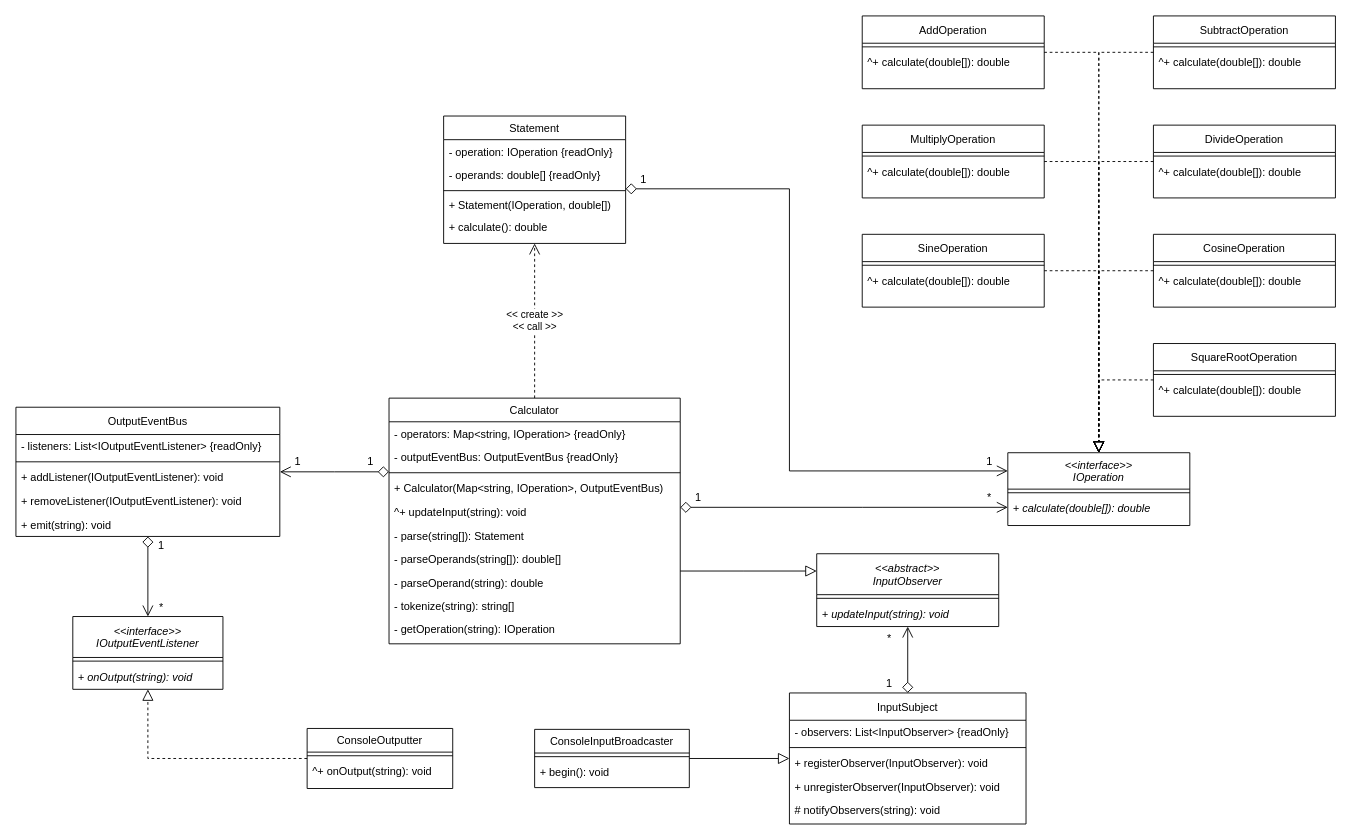
Above: Diagrams/Class Diagram.drawio in starikcetin/ctis417-project1-calculator (draw.io), before the change. Source tidied: cells renumbered, new cells numbered last; positions are measured from the earlier drawing's top-left corner, leaving out a move shared by most shapes. Both pictures are drawn from the tidied source at 91%, with x=0, y=0 at pixel (15, 15).
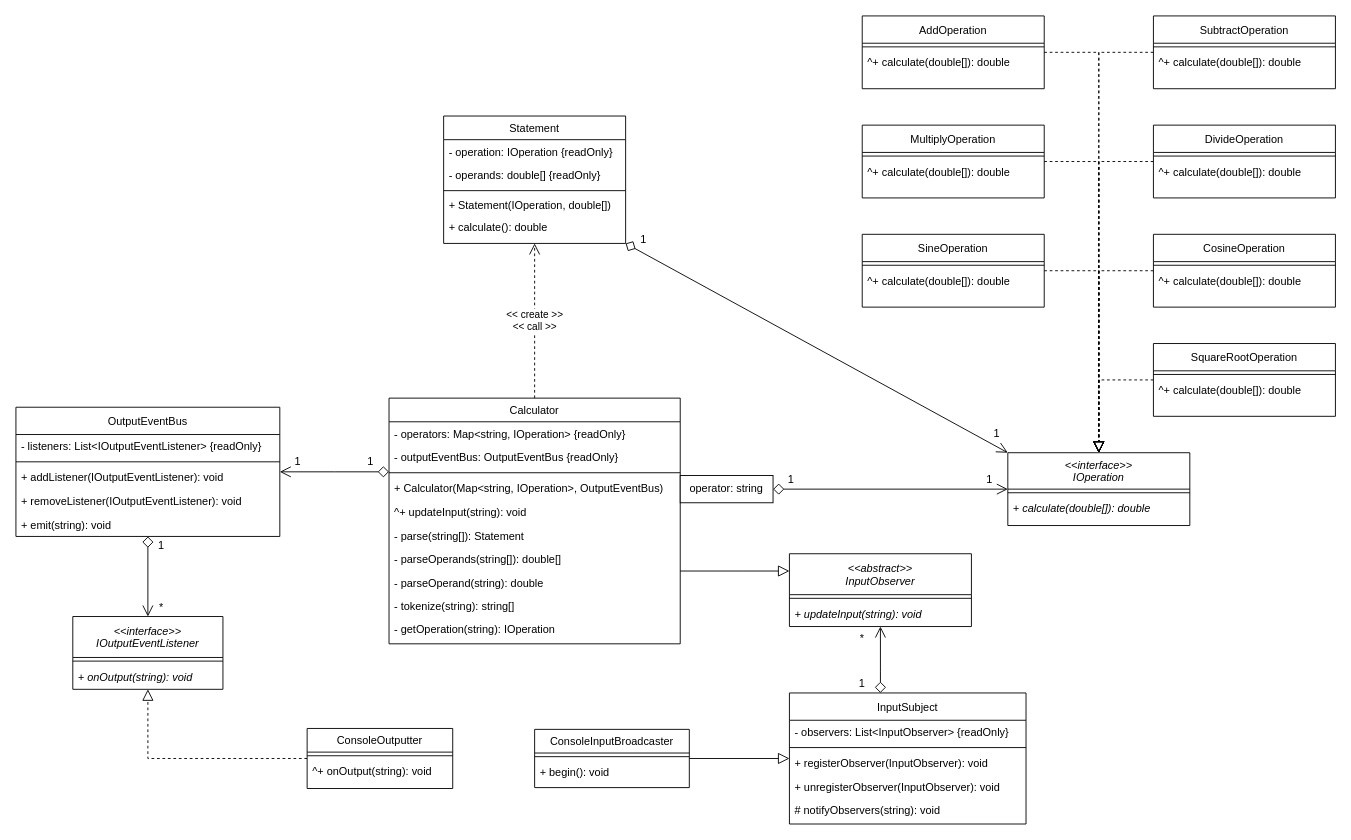
The same page after the edit.

Commit message (it also covers changes not shown here):
class diagram fix

converted the association between Calculator and IOperation to a qualified aggregation with the operator as the qualifier.

Unchanged cells that the change refers to:
```xml
<mxCell id="22" value="&lt;&lt;interface&gt;&gt;&#10;IOperation" style="swimlane;fontStyle=2;align=center;verticalAlign=middle;horizontal=1;startSize=40;rounded=0;shadow=0;strokeWidth=1;" parent="1" vertex="1">
  <mxGeometry x="1090" y="480" width="200" height="80" as="geometry" />
</mxCell>
<mxCell id="55" value="Calculator" style="swimlane;fontStyle=0;align=center;verticalAlign=middle;horizontal=1;startSize=26;rounded=0;shadow=0;strokeWidth=1;" parent="1" vertex="1">
  <mxGeometry x="410" y="420" width="320" height="270" as="geometry" />
</mxCell>
<mxCell id="66" value="InputSubject" style="swimlane;fontStyle=0;align=center;verticalAlign=middle;horizontal=1;startSize=30;rounded=0;shadow=0;strokeWidth=1;" parent="1" vertex="1">
  <mxGeometry x="850" y="744" width="260" height="144" as="geometry" />
</mxCell>
<mxCell id="87" value="Statement" style="swimlane;fontStyle=0;align=center;verticalAlign=middle;horizontal=1;startSize=26;rounded=0;shadow=0;strokeWidth=1;" parent="1" vertex="1">
  <mxGeometry x="470" y="110" width="200" height="140" as="geometry" />
</mxCell>
```

Diff of the diagram source:
```diff
@@
-    <mxCell id="2" style="edgeStyle=orthogonalEdgeStyle;rounded=0;jettySize=auto;html=1;endArrow=open;endFill=0;endSize=10;targetPerimeterSpacing=0;startArrow=diamond;startFill=0;startSize=10;verticalAlign=middle;" parent="1" edge="1" source="55" target="22">
-      <mxGeometry relative="1" as="geometry">
-        <Array as="points">
-          <mxPoint x="930" y="540" />
-          <mxPoint x="930" y="540" />
-        </Array>
-      </mxGeometry>
-    </mxCell>
@@
-    <mxCell id="11" style="edgeStyle=orthogonalEdgeStyle;rounded=0;jettySize=auto;html=1;startArrow=diamond;startFill=0;startSize=10;endArrow=open;endFill=0;endSize=10;targetPerimeterSpacing=0;verticalAlign=middle;" parent="1" edge="1" source="87" target="22">
-      <mxGeometry relative="1" as="geometry">
-        <Array as="points">
-          <mxPoint x="850" y="190" />
-          <mxPoint x="850" y="500" />
-        </Array>
-      </mxGeometry>
+    <mxCell id="11" style="rounded=0;jettySize=auto;html=1;startArrow=diamond;startFill=0;startSize=10;endArrow=open;endFill=0;endSize=10;targetPerimeterSpacing=0;verticalAlign=middle;entryX=0;entryY=0;entryDx=0;entryDy=0;exitX=1;exitY=1;exitDx=0;exitDy=0;" parent="1" edge="1" source="87" target="22">
+      <mxGeometry relative="1" as="geometry" />
     </mxCell>
@@
     <mxCell id="27" style="edgeStyle=orthogonalEdgeStyle;rounded=0;jettySize=auto;html=1;startArrow=diamond;startFill=0;startSize=10;endArrow=open;endFill=0;endSize=10;targetPerimeterSpacing=0;verticalAlign=middle;" parent="1" edge="1" source="66" target="42">
-      <mxGeometry relative="1" as="geometry" />
+      <mxGeometry relative="1" as="geometry">
+        <Array as="points">
+          <mxPoint x="950" y="720" />
+          <mxPoint x="950" y="720" />
+        </Array>
+      </mxGeometry>
     </mxCell>
@@
-    <mxCell id="42" value="&lt;&lt;abstract&gt;&gt;&#10;InputObserver" style="swimlane;fontStyle=2;align=center;verticalAlign=middle;horizontal=1;startSize=45;rounded=0;shadow=0;strokeWidth=1;" parent="1" vertex="1">
-      <mxGeometry x="880" y="591" width="200" height="80" as="geometry" />
-    </mxCell>
-    <mxCell id="43" style="line;html=1;strokeWidth=1;align=left;verticalAlign=middle;spacingTop=-1;spacingLeft=3;spacingRight=3;labelPosition=right;" parent="42" vertex="1">
-      <mxGeometry y="45" width="200" height="8" as="geometry" />
-    </mxCell>
-    <mxCell id="44" value="+ updateInput(string): void" style="text;align=left;verticalAlign=middle;spacingLeft=4;spacingRight=4;overflow=hidden;fontStyle=2;" parent="42" vertex="1">
-      <mxGeometry y="53" width="200" height="26" as="geometry" />
-    </mxCell>
-    <mxCell id="45" value="1" style="text;html=1;strokeColor=none;fillColor=none;align=center;verticalAlign=middle;whiteSpace=wrap;rounded=0;" parent="1" vertex="1">
-      <mxGeometry x="730" y="520" width="40" height="20" as="geometry" />
-    </mxCell>
-    <mxCell id="46" value="*" style="text;html=1;strokeColor=none;fillColor=none;align=center;verticalAlign=middle;whiteSpace=wrap;rounded=0;" parent="1" vertex="1">
-      <mxGeometry x="1050" y="520" width="40" height="20" as="geometry" />
-    </mxCell>
     <mxCell id="47" value="1" style="text;html=1;strokeColor=none;fillColor=none;align=center;verticalAlign=middle;whiteSpace=wrap;rounded=0;" parent="1" vertex="1">
-      <mxGeometry x="670" y="170" width="40" height="20" as="geometry" />
+      <mxGeometry x="670" y="236" width="40" height="20" as="geometry" />
     </mxCell>
     <mxCell id="48" value="1" style="text;html=1;strokeColor=none;fillColor=none;align=center;verticalAlign=middle;whiteSpace=wrap;rounded=0;" parent="1" vertex="1">
-      <mxGeometry x="1050" y="480" width="40" height="20" as="geometry" />
+      <mxGeometry x="1058" y="449" width="40" height="20" as="geometry" />
     </mxCell>
@@
     <mxCell id="53" value="1" style="text;html=1;strokeColor=none;fillColor=none;align=center;verticalAlign=middle;whiteSpace=wrap;rounded=0;" parent="1" vertex="1">
-      <mxGeometry x="940" y="724" width="40" height="20" as="geometry" />
+      <mxGeometry x="910" y="724" width="40" height="20" as="geometry" />
     </mxCell>
     <mxCell id="54" value="*" style="text;html=1;strokeColor=none;fillColor=none;align=center;verticalAlign=top;whiteSpace=wrap;rounded=0;" parent="1" vertex="1">
-      <mxGeometry x="940" y="671" width="40" height="20" as="geometry" />
+      <mxGeometry x="910" y="671" width="40" height="20" as="geometry" />
     </mxCell>
@@
+    <mxCell id="93" style="edgeStyle=orthogonalEdgeStyle;rounded=0;jettySize=auto;html=1;endArrow=open;endFill=0;endSize=10;startSize=10;startArrow=diamond;startFill=0;" parent="1" edge="1" source="94" target="22">
+      <mxGeometry relative="1" as="geometry" />
+    </mxCell>
+    <mxCell id="94" value="operator: string" style="rounded=0;whiteSpace=wrap;html=1;" parent="1" vertex="1">
+      <mxGeometry x="730" y="505" width="102" height="30" as="geometry" />
+    </mxCell>
+    <mxCell id="42" value="&lt;&lt;abstract&gt;&gt;&#10;InputObserver" style="swimlane;fontStyle=2;align=center;verticalAlign=middle;horizontal=1;startSize=45;rounded=0;shadow=0;strokeWidth=1;" parent="1" vertex="1">
+      <mxGeometry x="850" y="591" width="200" height="80" as="geometry" />
+    </mxCell>
+    <mxCell id="43" style="line;html=1;strokeWidth=1;align=left;verticalAlign=middle;spacingTop=-1;spacingLeft=3;spacingRight=3;labelPosition=right;" parent="42" vertex="1">
+      <mxGeometry y="45" width="200" height="8" as="geometry" />
+    </mxCell>
+    <mxCell id="44" value="+ updateInput(string): void" style="text;align=left;verticalAlign=middle;spacingLeft=4;spacingRight=4;overflow=hidden;fontStyle=2;" parent="42" vertex="1">
+      <mxGeometry y="53" width="200" height="26" as="geometry" />
+    </mxCell>
+    <mxCell id="95" value="1" style="text;html=1;strokeColor=none;fillColor=none;align=center;verticalAlign=middle;whiteSpace=wrap;rounded=0;" parent="1" vertex="1">
+      <mxGeometry x="1050" y="500" width="40" height="20" as="geometry" />
+    </mxCell>
+    <mxCell id="96" value="1" style="text;html=1;strokeColor=none;fillColor=none;align=center;verticalAlign=middle;whiteSpace=wrap;rounded=0;" parent="1" vertex="1">
+      <mxGeometry x="832" y="500" width="40" height="20" as="geometry" />
+    </mxCell>
```
